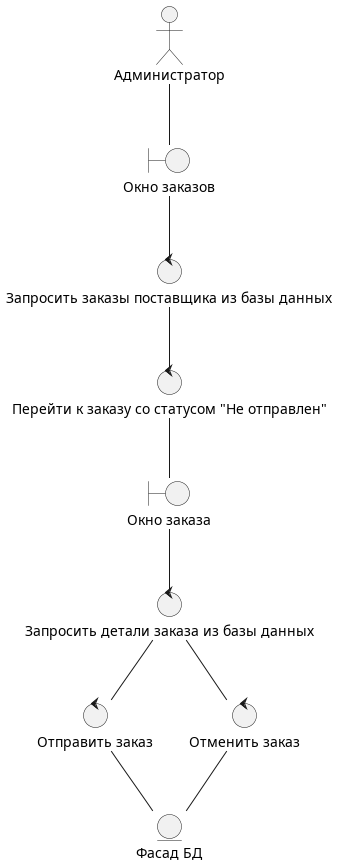
Before: uml-диаграммы/out/Диаграмма пригодности/Диаграмма_пригодности_отправить_заказ/Диаграмма_пригодности_отправить_заказ.png, a diagram exported from PlantUML (BombasticFantastik/PIS_Course_work). The source it was exported from:
```plantuml
@startuml

actor "Aдминистратор" as admin

boundary "Окно заказов" as admin_order_list

control "Запросить заказы поставщика из базы данных" as give_me_orders

control "Перейти к заказу со статусом "Не отправлен"" as to_zakaz

boundary "Окно заказа" as admin_selected_order

control "Запросить детали заказа из базы данных" as give_order_details

control "Отправить заказ" as send_zakaz

control "Отменить заказ" as cansel_zakaz

entity "Фасад БД" as facade_bd





admin -- admin_order_list

admin_order_list--give_me_orders

give_me_orders -- to_zakaz

to_zakaz -- admin_selected_order

admin_selected_order--give_order_details

give_order_details--send_zakaz


give_order_details--cansel_zakaz



send_zakaz--facade_bd

cansel_zakaz--facade_bd



@enduml
```
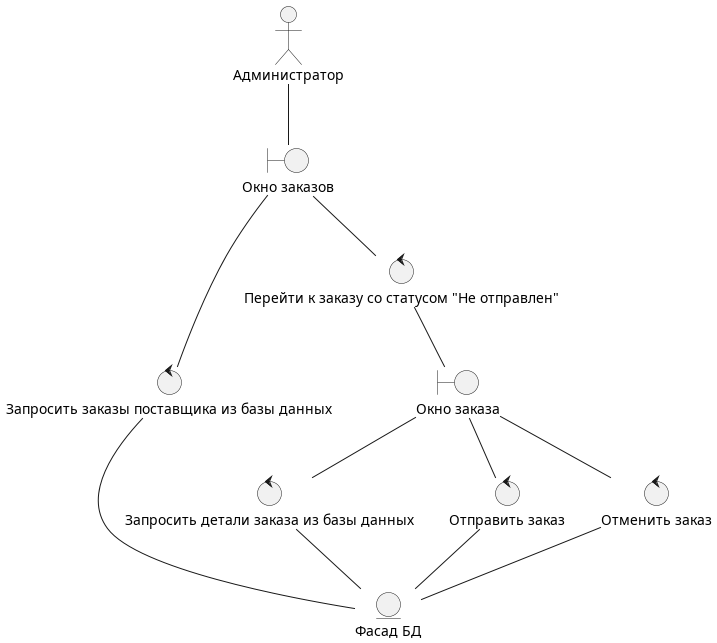
Above is the later version.

What changed in the source:
```diff
@@ -26,16 +26,20 @@
 
 admin_order_list--give_me_orders
 
-give_me_orders -- to_zakaz
+admin_order_list -- to_zakaz
 
 to_zakaz -- admin_selected_order
 
 admin_selected_order--give_order_details
 
-give_order_details--send_zakaz
+admin_selected_order--send_zakaz
+
+give_order_details--facade_bd
+
+give_me_orders--facade_bd
 
 
-give_order_details--cansel_zakaz
+admin_selected_order--cansel_zakaz
 
 
 
```
